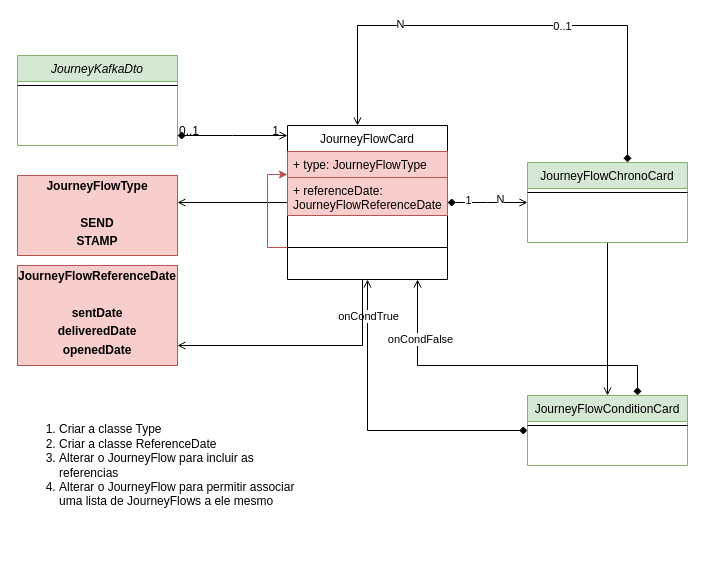
Earlier version of the draw.io diagram page "Diagrama de Classes Journey" (1 of 5) of Diagrama Journey.drawio (caio-bueno/draws-valid). Source tidied: cells renumbered, new cells numbered last; positions are measured from the earlier drawing's top-left corner, leaving out a move shared by most shapes. Both pictures are drawn from the tidied source at 100%, with x=0, y=0 at pixel (17, 25).
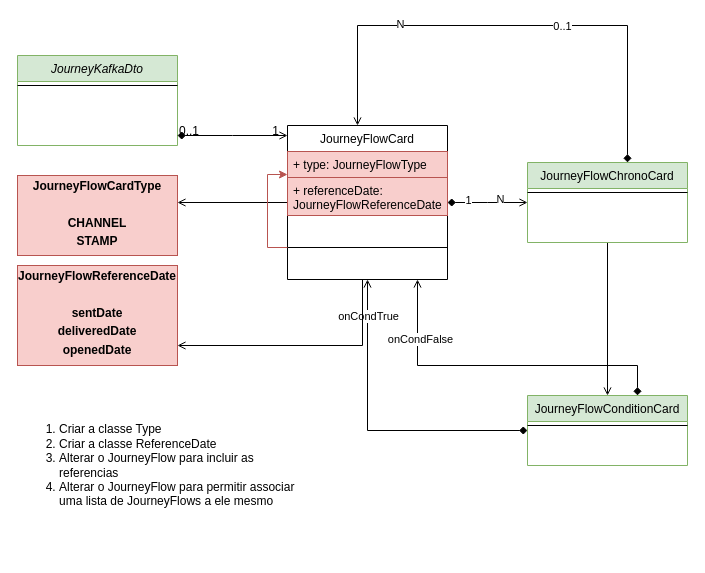
After the change.

What changed in the source:
```diff
@@
-    <mxCell id="30" value="&lt;p style=&quot;margin:0px;margin-top:4px;text-align:center;&quot;&gt;&lt;b&gt;JourneyFlowType&lt;/b&gt;&lt;/p&gt;&lt;p style=&quot;margin:0px;margin-top:4px;text-align:center;&quot;&gt;&lt;b&gt;&lt;br&gt;&lt;/b&gt;&lt;/p&gt;&lt;p style=&quot;margin:0px;margin-top:4px;text-align:center;&quot;&gt;&lt;b&gt;SEND&lt;/b&gt;&lt;/p&gt;&lt;p style=&quot;margin:0px;margin-top:4px;text-align:center;&quot;&gt;&lt;b&gt;STAMP&lt;/b&gt;&lt;/p&gt;&lt;p style=&quot;margin:0px;margin-top:4px;text-align:center;&quot;&gt;&lt;b&gt;&lt;br&gt;&lt;/b&gt;&lt;/p&gt;" style="verticalAlign=top;align=left;overflow=fill;html=1;whiteSpace=wrap;fillColor=#f8cecc;strokeColor=#b85450;" parent="1" vertex="1">
+    <mxCell id="30" value="&lt;p style=&quot;margin:0px;margin-top:4px;text-align:center;&quot;&gt;&lt;b&gt;JourneyFlowCardType&lt;/b&gt;&lt;/p&gt;&lt;p style=&quot;margin:0px;margin-top:4px;text-align:center;&quot;&gt;&lt;b&gt;&lt;br&gt;&lt;/b&gt;&lt;/p&gt;&lt;p style=&quot;margin:0px;margin-top:4px;text-align:center;&quot;&gt;&lt;b&gt;CHANNEL&lt;/b&gt;&lt;/p&gt;&lt;p style=&quot;margin:0px;margin-top:4px;text-align:center;&quot;&gt;&lt;b&gt;STAMP&lt;/b&gt;&lt;/p&gt;&lt;p style=&quot;margin:0px;margin-top:4px;text-align:center;&quot;&gt;&lt;b&gt;&lt;br&gt;&lt;/b&gt;&lt;/p&gt;" style="verticalAlign=top;align=left;overflow=fill;html=1;whiteSpace=wrap;fillColor=#f8cecc;strokeColor=#b85450;" parent="1" vertex="1">
       <mxGeometry y="150" width="160" height="80" as="geometry" />
     </mxCell>
```
